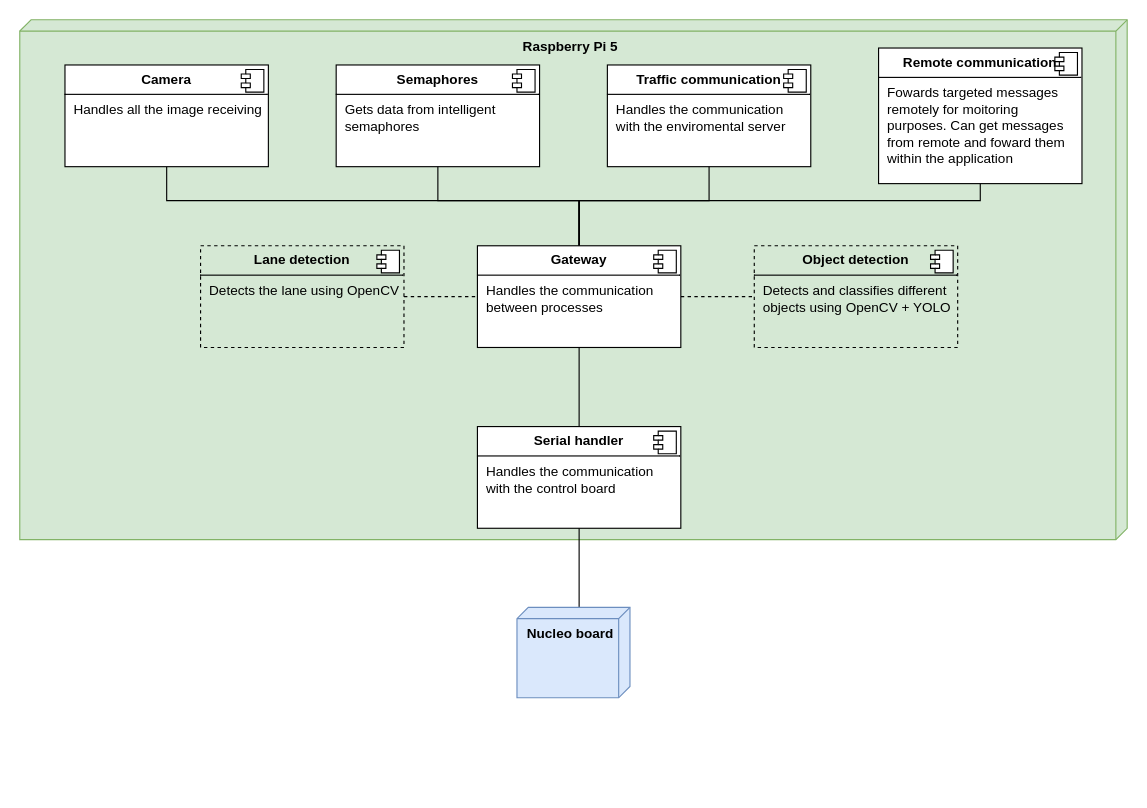
The draw.io diagram page "Architecture" (1 of 3) of monitoring/architecture.drawio in BFMC-Out-Of-Lane/out-of-lane-BFMC2025, before the edit. Source tidied: cells renumbered, new cells numbered last; positions are measured from the earlier drawing's top-left corner, leaving out a move shared by most shapes. Both pictures are drawn from the tidied source at 113%, with x=0, y=0 at pixel (19, 19).
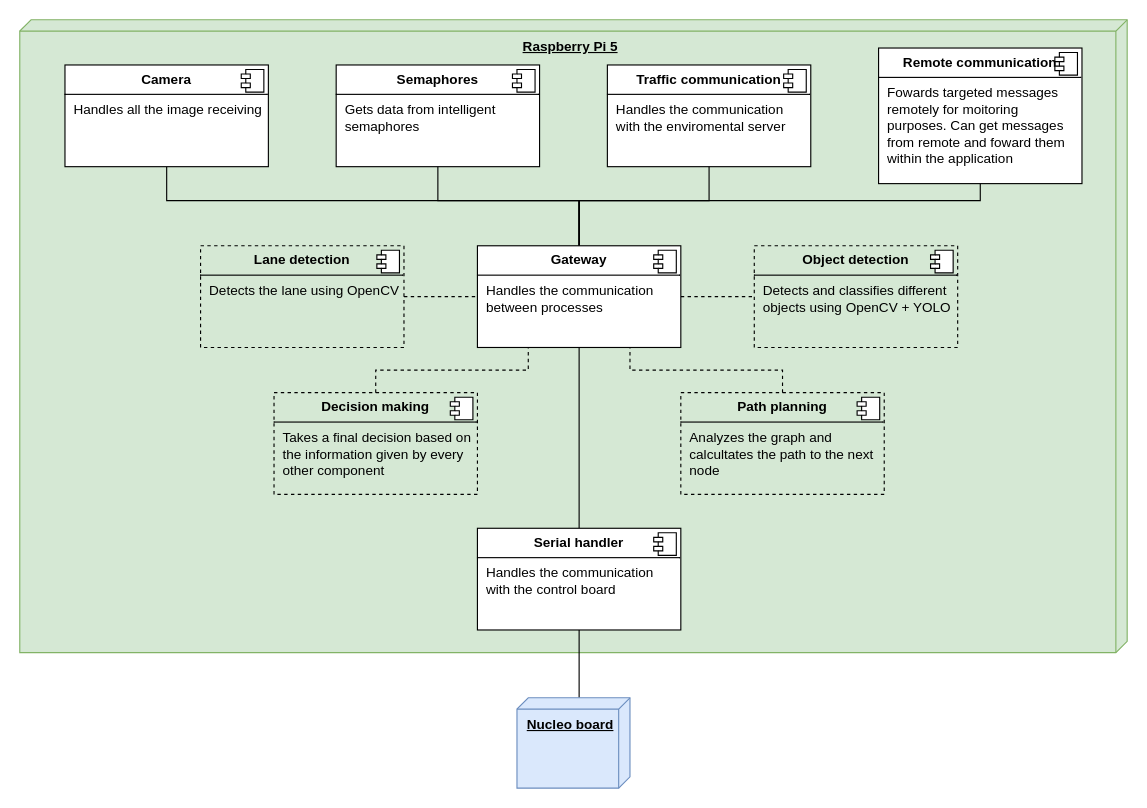
After the change.

Unchanged cells that the change refers to:
```xml
<mxCell id="15" value="&lt;p style=&quot;margin:0px;margin-top:6px;text-align:center;&quot;&gt;&lt;b&gt;Gateway&lt;br&gt;&lt;/b&gt;&lt;/p&gt;&lt;hr size=&quot;1&quot; style=&quot;border-style:solid;&quot;&gt;&lt;p style=&quot;margin:0px;margin-left:8px;&quot;&gt;Handles the communication between processes&lt;br&gt;&lt;/p&gt;" style="align=left;overflow=fill;html=1;whiteSpace=wrap;" parent="1" vertex="1">
  <mxGeometry x="405" y="200" width="180" height="90" as="geometry" />
</mxCell>
```

What changed in the source:
```diff
@@
-    <mxCell id="2" value="Raspberry Pi 5" style="verticalAlign=top;align=center;shape=cube;size=10;direction=south;html=1;boundedLbl=1;spacingLeft=5;whiteSpace=wrap;fillColor=#d5e8d4;strokeColor=#82b366;fontStyle=1;" parent="1" vertex="1">
-      <mxGeometry width="980" height="460" as="geometry" />
+    <mxCell id="2" value="&lt;u&gt;Raspberry Pi 5&lt;/u&gt;" style="verticalAlign=top;align=center;shape=cube;size=10;direction=south;html=1;boundedLbl=1;spacingLeft=5;whiteSpace=wrap;fillColor=#d5e8d4;strokeColor=#82b366;fontStyle=1;" parent="1" vertex="1">
+      <mxGeometry width="980" height="560" as="geometry" />
     </mxCell>
@@
     <mxCell id="19" value="&lt;p style=&quot;margin:0px;margin-top:6px;text-align:center;&quot;&gt;&lt;b&gt;Serial handler&lt;br&gt;&lt;/b&gt;&lt;/p&gt;&lt;hr size=&quot;1&quot; style=&quot;border-style:solid;&quot;&gt;&lt;p style=&quot;margin:0px;margin-left:8px;&quot;&gt;Handles the communication with the control board&lt;br&gt;&lt;/p&gt;" style="align=left;overflow=fill;html=1;whiteSpace=wrap;" parent="1" vertex="1">
-      <mxGeometry x="405" y="360" width="180" height="90" as="geometry" />
+      <mxGeometry x="405" y="450" width="180" height="90" as="geometry" />
     </mxCell>
@@
-    <mxCell id="22" value="Nucleo board" style="verticalAlign=top;align=center;shape=cube;size=10;direction=south;html=1;boundedLbl=1;spacingLeft=5;whiteSpace=wrap;fillColor=#dae8fc;strokeColor=#6c8ebf;fontStyle=1;" parent="1" vertex="1">
-      <mxGeometry x="440" y="520" width="100" height="80" as="geometry" />
+    <mxCell id="22" value="&lt;u&gt;Nucleo board&lt;/u&gt;" style="verticalAlign=top;align=center;shape=cube;size=10;direction=south;html=1;boundedLbl=1;spacingLeft=5;whiteSpace=wrap;fillColor=#dae8fc;strokeColor=#6c8ebf;fontStyle=1;" parent="1" vertex="1">
+      <mxGeometry x="440" y="600" width="100" height="80" as="geometry" />
     </mxCell>
@@
+    <mxCell id="28" style="edgeStyle=orthogonalEdgeStyle;rounded=0;jettySize=auto;html=1;exitX=0.5;exitY=0;exitDx=0;exitDy=0;entryX=0.25;entryY=1;entryDx=0;entryDy=0;endArrow=none;endFill=0;dashed=1;" parent="1" edge="1" source="29" target="15">
+      <mxGeometry relative="1" as="geometry" />
+    </mxCell>
+    <mxCell id="29" value="&lt;p style=&quot;margin:0px;margin-top:6px;text-align:center;&quot;&gt;&lt;b&gt;Decision making&lt;br&gt;&lt;/b&gt;&lt;/p&gt;&lt;hr size=&quot;1&quot; style=&quot;border-style:solid;&quot;&gt;&lt;p style=&quot;margin:0px;margin-left:8px;&quot;&gt;Takes a final decision based on the information given by every other component&lt;br&gt;&lt;/p&gt;" style="align=left;overflow=fill;html=1;whiteSpace=wrap;dashed=1;strokeColor=default;fillColor=none;" parent="1" vertex="1">
+      <mxGeometry x="225" y="330" width="180" height="90" as="geometry" />
+    </mxCell>
+    <mxCell id="30" style="shape=component;jettyWidth=8;jettyHeight=4;" parent="29" vertex="1">
+      <mxGeometry x="1" width="20" height="20" relative="1" as="geometry">
+        <mxPoint x="-24" y="4" as="offset" />
+      </mxGeometry>
+    </mxCell>
+    <mxCell id="31" style="edgeStyle=orthogonalEdgeStyle;rounded=0;jettySize=auto;html=1;exitX=0.5;exitY=0;exitDx=0;exitDy=0;entryX=0.75;entryY=1;entryDx=0;entryDy=0;endArrow=none;endFill=0;dashed=1;" parent="1" edge="1" source="32" target="15">
+      <mxGeometry relative="1" as="geometry" />
+    </mxCell>
+    <mxCell id="32" value="&lt;p style=&quot;margin:0px;margin-top:6px;text-align:center;&quot;&gt;&lt;b&gt;Path planning&lt;br&gt;&lt;/b&gt;&lt;/p&gt;&lt;hr size=&quot;1&quot; style=&quot;border-style:solid;&quot;&gt;&lt;p style=&quot;margin:0px;margin-left:8px;&quot;&gt;Analyzes the graph and calcultates the path to the next node&lt;br&gt;&lt;/p&gt;" style="align=left;overflow=fill;html=1;whiteSpace=wrap;dashed=1;strokeColor=default;fillColor=none;" parent="1" vertex="1">
+      <mxGeometry x="585" y="330" width="180" height="90" as="geometry" />
+    </mxCell>
+    <mxCell id="33" style="shape=component;jettyWidth=8;jettyHeight=4;" parent="32" vertex="1">
+      <mxGeometry x="1" width="20" height="20" relative="1" as="geometry">
+        <mxPoint x="-24" y="4" as="offset" />
+      </mxGeometry>
+    </mxCell>
```
